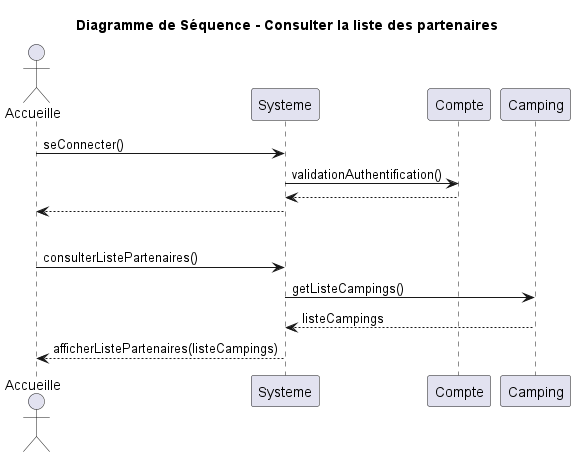
This is UML/png/Diagramme_séquence_consulter_liste_partenaires.png from Egario54/ProjetClubNautique, a PlantUML export, as it was before one commit.
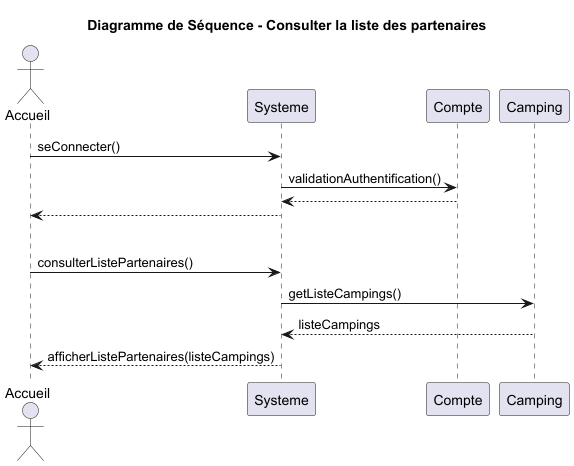
After the commit.

Diff of the diagram source:
```diff
@@ -1,19 +1,19 @@
 @startuml
 title Diagramme de Séquence - Consulter la liste des partenaires
-actor Accueille
+actor Accueil
 participant Systeme
 participant Compte
 participant Camping
 
-Accueille -> Systeme: seConnecter()
+Accueil -> Systeme: seConnecter()
 Systeme -> Compte: validationAuthentification()
 return
-Systeme --> Accueille
+Systeme --> Accueil
 
 |||
 
-Accueille -> Systeme: consulterListePartenaires()
+Accueil -> Systeme: consulterListePartenaires()
 Systeme -> Camping: getListeCampings()
 Camping --> Systeme: listeCampings
-Systeme --> Accueille: afficherListePartenaires(listeCampings)
+Systeme --> Accueil: afficherListePartenaires(listeCampings)
 @enduml
```
